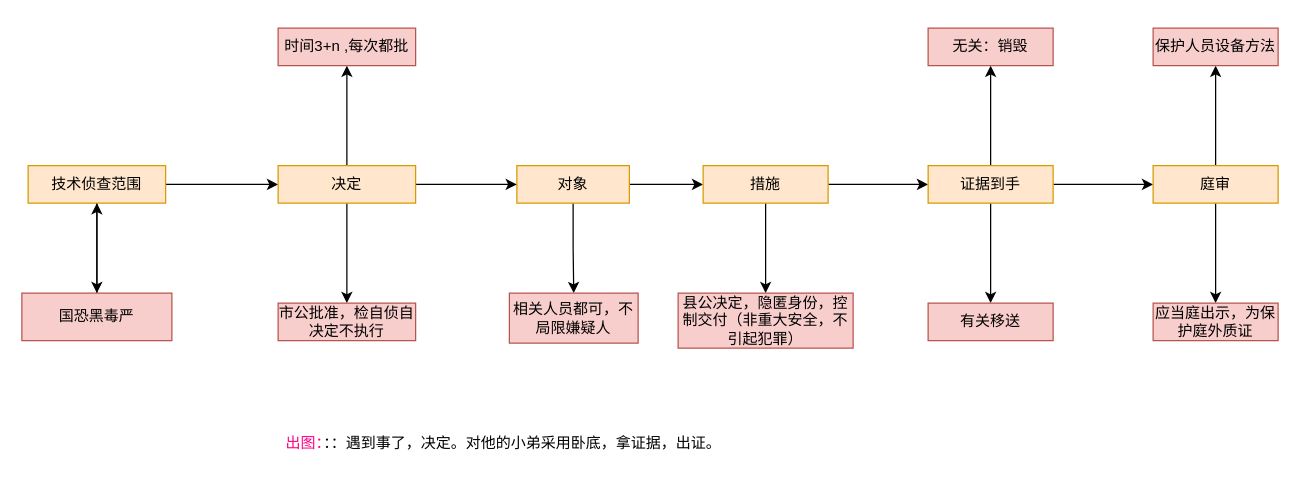
The draw.io diagram 流程图文件/刑诉/专题12侦查.drawio in woshiduanli/Study, before the edit. Source tidied: cells renumbered, new cells numbered last; positions are measured from the earlier drawing's top-left corner, leaving out a move shared by most shapes. Both pictures are drawn from the tidied source at 125%, with x=0, y=0 at pixel (21, 28). Pictures stored in the file or linked from it are replaced by grey dashed boxes.
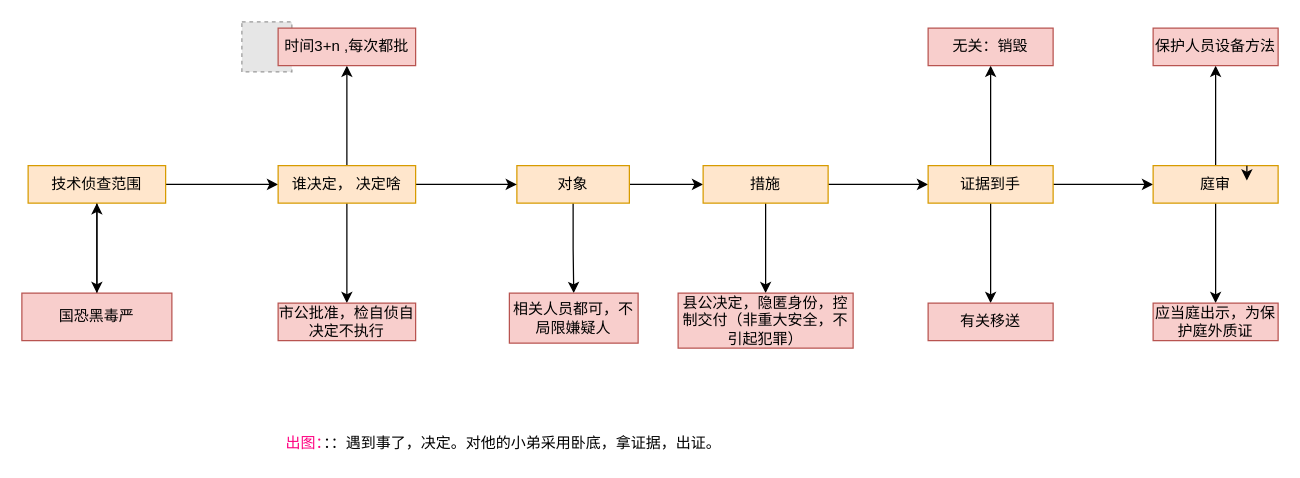
Above is the later version.

Commit message (it also covers changes not shown here):
更新专题12侦查.drawio

The change refers to these unchanged cells:
```xml
<mxCell id="29" value="庭审" style="rounded=0;whiteSpace=wrap;html=1;fillColor=#ffe6cc;strokeColor=#d79b00;" parent="1" vertex="1">
  <mxGeometry x="905" y="110" width="100" height="30" as="geometry" />
</mxCell>
```

Change to the diagram source:
```diff
@@
-    <mxCell id="15" value="决定" style="rounded=0;whiteSpace=wrap;html=1;fillColor=#ffe6cc;strokeColor=#d79b00;" parent="1" vertex="1">
+    <mxCell id="15" value="谁决定， 决定啥" style="rounded=0;whiteSpace=wrap;html=1;fillColor=#ffe6cc;strokeColor=#d79b00;" parent="1" vertex="1">
       <mxGeometry x="205" y="110" width="110" height="30" as="geometry" />
     </mxCell>
@@
-    <mxCell id="19" value="时间3+n ,每次都批" style="rounded=0;whiteSpace=wrap;html=1;fillColor=#f8cecc;strokeColor=#b85450;" parent="1" vertex="1">
-      <mxGeometry x="205" width="110" height="30" as="geometry" />
-    </mxCell>
@@
+    <mxCell id="33" style="edgeStyle=orthogonalEdgeStyle;rounded=0;orthogonalLoop=1;jettySize=auto;html=1;exitX=0.75;exitY=0;exitDx=0;exitDy=0;entryX=0.75;entryY=0.4;entryDx=0;entryDy=0;entryPerimeter=0;fontColor=#FF0080;" parent="1" edge="1" source="29" target="29">
+      <mxGeometry relative="1" as="geometry" />
+    </mxCell>
+    <mxCell id="34" style="group;" parent="1" vertex="1">
+      <mxGeometry x="175" width="140" height="35" as="geometry" />
+    </mxCell>
+    <mxCell id="35" style="fillColor=#E6E6E6;strokeColor=#999999;dashed=1;verticalLabelPosition=bottom;verticalAlign=top;fontColor=#FF0080;" parent="34" vertex="1">
+      <mxGeometry x="1" y="-5" width="40" height="40" as="geometry" />
+    </mxCell>
+    <mxCell id="19" value="时间3+n ,每次都批" style="rounded=0;whiteSpace=wrap;html=1;fillColor=#f8cecc;strokeColor=#b85450;" parent="34" vertex="1">
+      <mxGeometry x="30" width="110" height="30" as="geometry" />
+    </mxCell>
```
